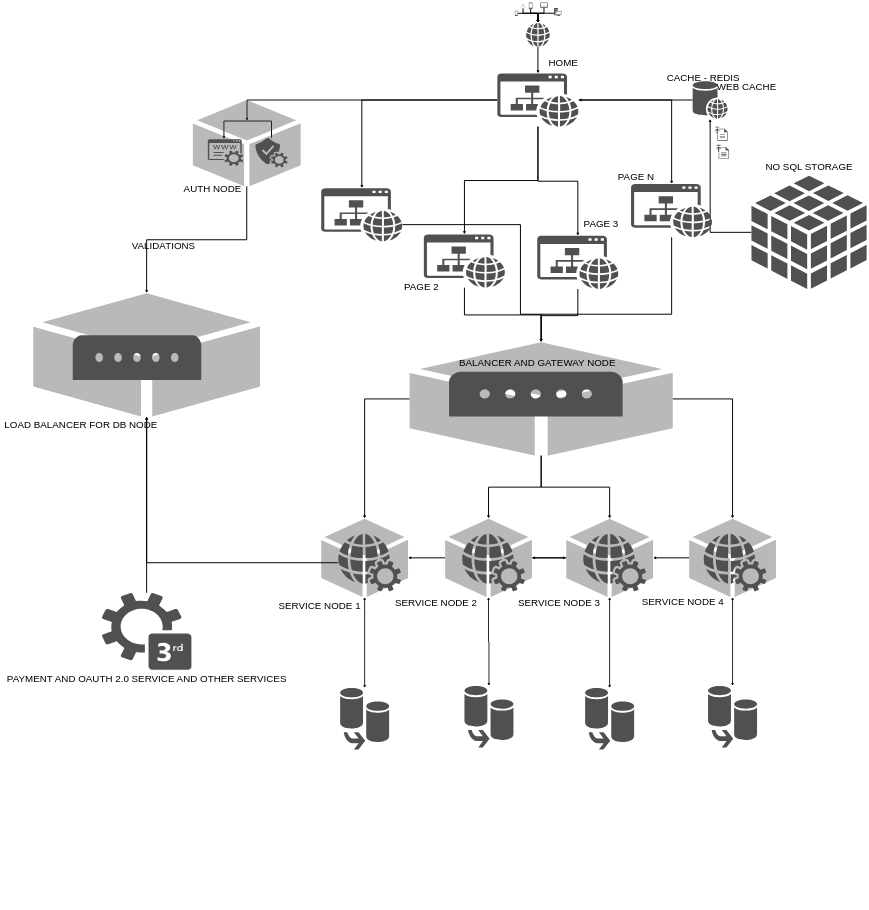
Earlier version of the draw.io diagram E-commerce Platform/Docs/Arquichecture.drawio (SebastA-Dev/Feature-Projects). Source tidied: cells renumbered, new cells numbered last; positions are measured from the earlier drawing's top-left corner, leaving out a move shared by most shapes. Both pictures are drawn from the tidied source at 14%, with x=0, y=0 at pixel (2, 2).
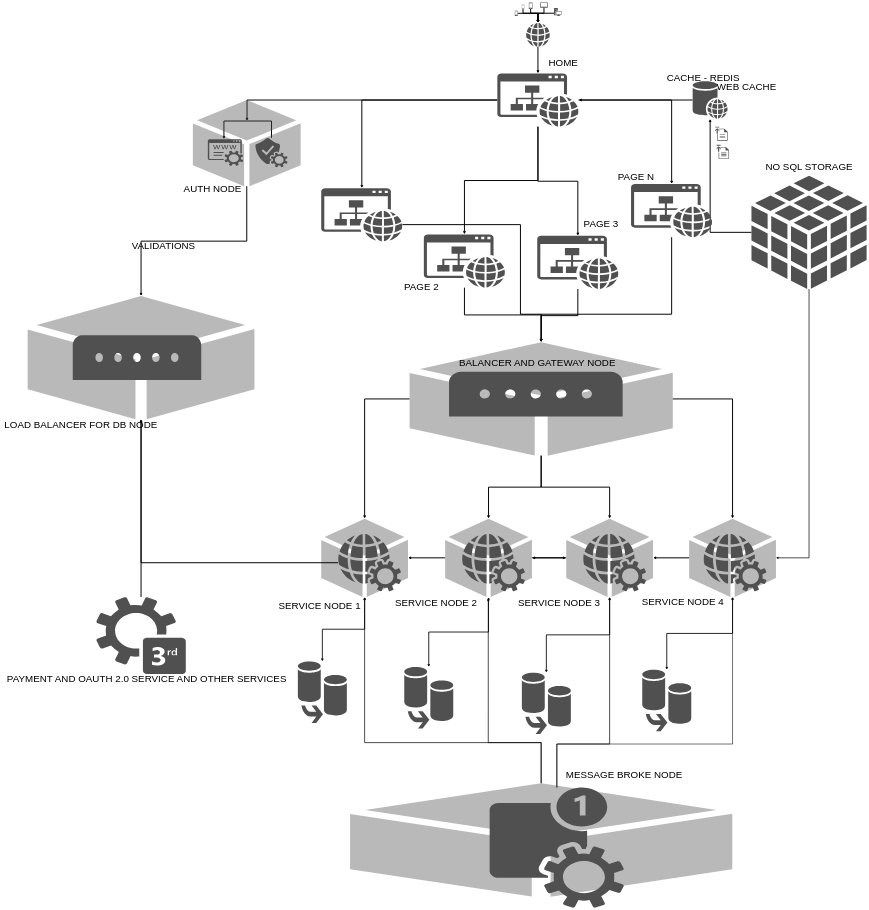
The same diagram, later.

Unchanged cells that the change refers to:
```xml
<mxCell id="3" style="sketch=0;shadow=0;dashed=0;html=1;strokeColor=none;fillColor=#505050;labelPosition=center;verticalLabelPosition=bottom;verticalAlign=top;outlineConnect=0;align=center;shape=mxgraph.office.concepts.node_generic;textOpacity=30;opacity=40;strokeWidth=7;fontSize=70;" parent="1" vertex="1">
  <mxGeometry x="2277" y="3687" width="620" height="560" as="geometry" />
</mxCell>
<mxCell id="29" style="sketch=0;shadow=0;dashed=0;html=1;strokeColor=none;fillColor=#505050;labelPosition=center;verticalLabelPosition=bottom;verticalAlign=top;outlineConnect=0;align=center;shape=mxgraph.office.databases.database_cube;strokeWidth=7;fontSize=70;" parent="1" vertex="1">
  <mxGeometry x="5350" y="1237" width="822.5" height="810" as="geometry" />
</mxCell>
<mxCell id="38" style="sketch=0;shadow=0;dashed=0;html=1;strokeColor=none;fillColor=#505050;labelPosition=center;verticalLabelPosition=bottom;verticalAlign=top;outlineConnect=0;align=center;shape=mxgraph.office.concepts.node_generic;textOpacity=30;opacity=40;strokeWidth=7;fontSize=70;" parent="1" vertex="1">
  <mxGeometry x="3162" y="3687" width="620" height="560" as="geometry" />
</mxCell>
<mxCell id="42" style="sketch=0;shadow=0;dashed=0;html=1;strokeColor=none;fillColor=#505050;labelPosition=center;verticalLabelPosition=bottom;verticalAlign=top;outlineConnect=0;align=center;shape=mxgraph.office.concepts.node_generic;textOpacity=30;opacity=40;strokeWidth=7;fontSize=70;" parent="1" vertex="1">
  <mxGeometry x="4027" y="3687" width="620" height="560" as="geometry" />
</mxCell>
<mxCell id="46" style="sketch=0;shadow=0;dashed=0;html=1;strokeColor=none;fillColor=#505050;labelPosition=center;verticalLabelPosition=bottom;verticalAlign=top;outlineConnect=0;align=center;shape=mxgraph.office.concepts.node_generic;textOpacity=30;opacity=40;strokeWidth=7;fontSize=70;" parent="1" vertex="1">
  <mxGeometry x="4905" y="3687" width="620" height="560" as="geometry" />
</mxCell>
```

The edit, as a diff of the source:
```diff
@@
+    <mxCell id="86" style="edgeStyle=orthogonalEdgeStyle;rounded=0;jettySize=auto;html=1;strokeWidth=5;" parent="1" edge="1" source="29" target="46">
+      <mxGeometry relative="1" as="geometry">
+        <Array as="points">
+          <mxPoint x="5761" y="3967" />
+        </Array>
+      </mxGeometry>
+    </mxCell>
@@
     <mxCell id="57" style="sketch=0;shadow=0;dashed=0;html=1;strokeColor=none;fillColor=#505050;labelPosition=center;verticalLabelPosition=bottom;verticalAlign=top;outlineConnect=0;align=center;shape=mxgraph.office.services.3rd_party_service;strokeWidth=7;fontSize=70;" parent="1" vertex="1">
-      <mxGeometry x="710" y="4217" width="640" height="550" as="geometry" />
+      <mxGeometry x="670" y="4247" width="640" height="550" as="geometry" />
     </mxCell>
@@
     <mxCell id="67" style="sketch=0;shadow=0;dashed=0;html=1;strokeColor=none;fillColor=#505050;labelPosition=center;verticalLabelPosition=bottom;verticalAlign=top;outlineConnect=0;align=center;shape=mxgraph.office.concepts.node_generic;textOpacity=30;opacity=40;strokeWidth=7;fontSize=70;" parent="1" vertex="1">
-      <mxGeometry x="220" y="2077" width="1620" height="880" as="geometry" />
+      <mxGeometry x="180" y="2097" width="1620" height="880" as="geometry" />
     </mxCell>
@@
     <mxCell id="82" style="sketch=0;shadow=0;dashed=0;html=1;strokeColor=none;fillColor=#505050;labelPosition=center;verticalLabelPosition=bottom;verticalAlign=top;outlineConnect=0;align=center;shape=mxgraph.office.databases.database_mirror;" parent="1" vertex="1">
-      <mxGeometry x="2412" y="4897" width="350" height="439" as="geometry" />
+      <mxGeometry x="2110" y="4707" width="350" height="439" as="geometry" />
     </mxCell>
     <mxCell id="83" style="sketch=0;shadow=0;dashed=0;html=1;strokeColor=none;fillColor=#505050;labelPosition=center;verticalLabelPosition=bottom;verticalAlign=top;outlineConnect=0;align=center;shape=mxgraph.office.databases.database_mirror;" parent="1" vertex="1">
-      <mxGeometry x="3300" y="4882" width="350" height="439" as="geometry" />
+      <mxGeometry x="2870" y="4747" width="350" height="439" as="geometry" />
     </mxCell>
     <mxCell id="84" style="sketch=0;shadow=0;dashed=0;html=1;strokeColor=none;fillColor=#505050;labelPosition=center;verticalLabelPosition=bottom;verticalAlign=top;outlineConnect=0;align=center;shape=mxgraph.office.databases.database_mirror;" parent="1" vertex="1">
-      <mxGeometry x="4162" y="4897" width="350" height="439" as="geometry" />
+      <mxGeometry x="3710" y="4787" width="350" height="439" as="geometry" />
     </mxCell>
     <mxCell id="85" style="sketch=0;shadow=0;dashed=0;html=1;strokeColor=none;fillColor=#505050;labelPosition=center;verticalLabelPosition=bottom;verticalAlign=top;outlineConnect=0;align=center;shape=mxgraph.office.databases.database_mirror;" parent="1" vertex="1">
-      <mxGeometry x="5040" y="4882" width="350" height="439" as="geometry" />
+      <mxGeometry x="4570" y="4767" width="350" height="439" as="geometry" />
     </mxCell>
+    <mxCell id="87" style="edgeStyle=orthogonalEdgeStyle;rounded=0;jettySize=auto;html=1;strokeWidth=5;" parent="1" edge="1" source="88" target="3">
+      <mxGeometry relative="1" as="geometry">
+        <Array as="points">
+          <mxPoint x="3848" y="5287" />
+          <mxPoint x="2587" y="5287" />
+        </Array>
+      </mxGeometry>
+    </mxCell>
+    <mxCell id="88" style="sketch=0;shadow=0;dashed=0;html=1;strokeColor=none;fillColor=#505050;labelPosition=center;verticalLabelPosition=bottom;verticalAlign=top;outlineConnect=0;align=center;shape=mxgraph.office.concepts.node_generic;textOpacity=30;opacity=40;strokeWidth=7;fontSize=70;" parent="1" vertex="1">
+      <mxGeometry x="2483" y="5577" width="2730" height="810" as="geometry" />
+    </mxCell>
+    <mxCell id="89" style="edgeStyle=orthogonalEdgeStyle;rounded=0;jettySize=auto;html=1;strokeWidth=5;" parent="1" edge="1" source="91" target="42">
+      <mxGeometry relative="1" as="geometry">
+        <Array as="points">
+          <mxPoint x="3960" y="5297" />
+          <mxPoint x="4337" y="5297" />
+        </Array>
+      </mxGeometry>
+    </mxCell>
+    <mxCell id="90" style="edgeStyle=orthogonalEdgeStyle;rounded=0;jettySize=auto;html=1;strokeWidth=4;" parent="1" edge="1" source="91" target="46">
+      <mxGeometry relative="1" as="geometry">
+        <Array as="points">
+          <mxPoint x="3960" y="5297" />
+          <mxPoint x="5215" y="5297" />
+        </Array>
+      </mxGeometry>
+    </mxCell>
+    <mxCell id="91" style="sketch=0;shadow=0;dashed=0;html=1;strokeColor=none;fillColor=#505050;labelPosition=center;verticalLabelPosition=bottom;verticalAlign=top;outlineConnect=0;align=center;shape=mxgraph.office.services.push_notification_service;" parent="1" vertex="1">
+      <mxGeometry x="3480" y="5607" width="960" height="860" as="geometry" />
+    </mxCell>
+    <mxCell id="92" style="edgeStyle=orthogonalEdgeStyle;rounded=0;jettySize=auto;html=1;entryX=0.497;entryY=1.018;entryDx=0;entryDy=0;entryPerimeter=0;strokeWidth=5;" parent="1" edge="1" source="88" target="38">
+      <mxGeometry relative="1" as="geometry">
+        <Array as="points">
+          <mxPoint x="3848" y="5287" />
+          <mxPoint x="3470" y="5287" />
+        </Array>
+      </mxGeometry>
+    </mxCell>
+    <mxCell id="93" value="MESSAGE BROKE NODE" style="text;html=1;align=center;verticalAlign=middle;strokeColor=none;fillColor=none;fontSize=70;strokeWidth=7;" parent="1" vertex="1">
+      <mxGeometry x="4010" y="5467" width="860" height="100" as="geometry" />
+    </mxCell>
```
